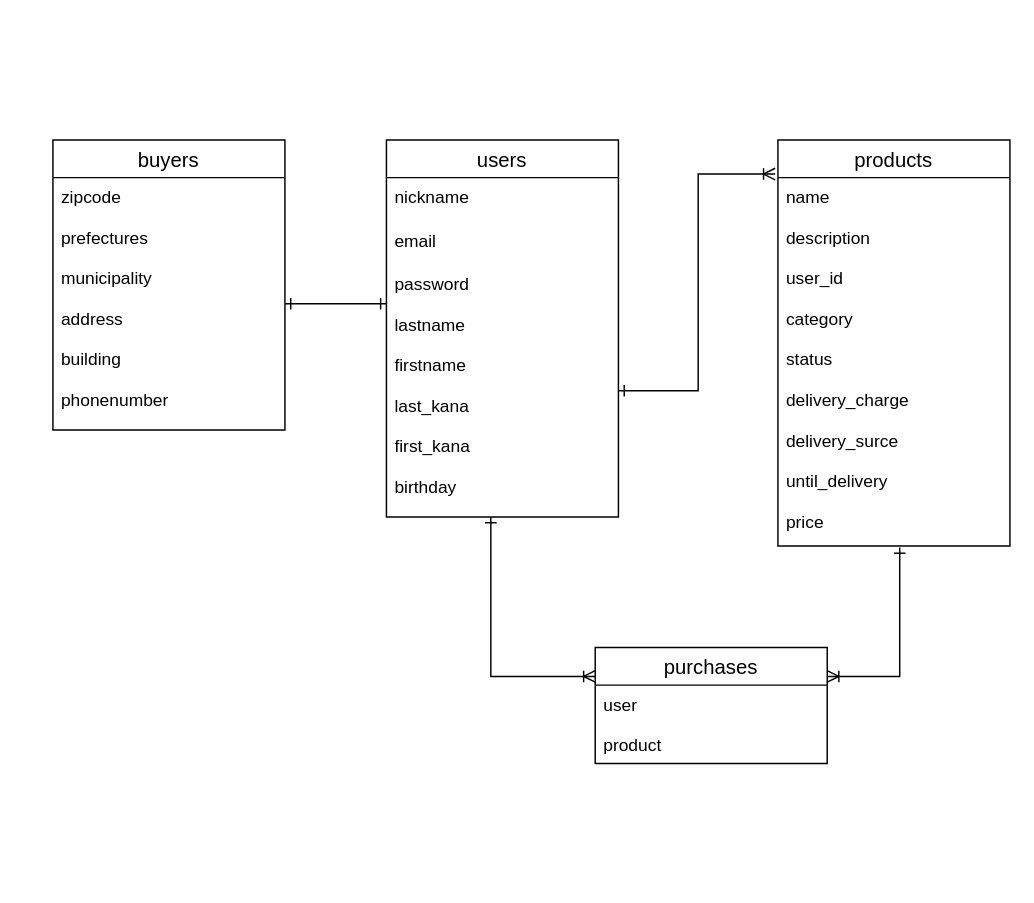
Earlier version of the draw.io diagram ER.dio (spirit-8/furima-35222). Source tidied: cells renumbered, new cells numbered last; positions are measured from the earlier drawing's top-left corner, leaving out a move shared by most shapes. Both pictures are drawn from the tidied source at 145%, with x=0, y=0 at pixel (52, 139).
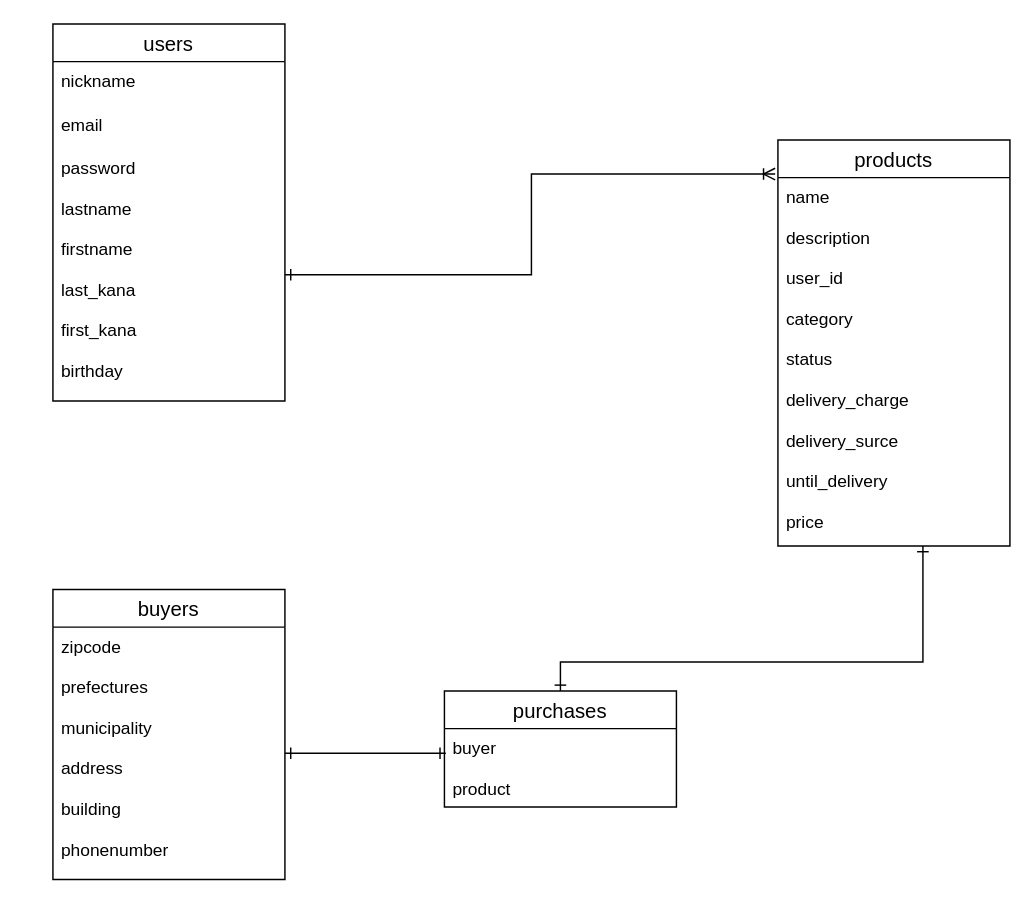
The same page after the edit.

Commit message (it also covers changes not shown here):
DB設計の修正2

Change to the diagram source:
```diff
@@
 <mxGraphModel>
   <root>
     <mxCell id="0" />
     <mxCell id="1" parent="0" />
     <mxCell id="2" value="users" style="swimlane;fontStyle=0;horizontal=1;startSize=26;align=center;fontSize=14;" parent="1" vertex="1">
-      <mxGeometry x="230" width="160" height="260" as="geometry" />
+      <mxGeometry y="-80" width="160" height="260" as="geometry" />
     </mxCell>
     <mxCell id="3" value="nickname" style="text;strokeColor=none;fillColor=none;spacingLeft=4;spacingRight=4;overflow=hidden;fontSize=12;" parent="2" vertex="1">
       <mxGeometry y="26" width="160" height="30" as="geometry" />
     </mxCell>
     <mxCell id="4" value="email" style="text;strokeColor=none;fillColor=none;spacingLeft=4;spacingRight=4;overflow=hidden;points=[[0,0.5],[1,0.5]];portConstraint=eastwest;fontSize=12;" parent="2" vertex="1">
       <mxGeometry y="56" width="160" height="30" as="geometry" />
     </mxCell>
     <mxCell id="5" value="password&#10;&#10;lastname&#10;&#10;firstname&#10;&#10;last_kana&#10;&#10;first_kana&#10;&#10;birthday&#10;" style="text;strokeColor=none;fillColor=none;spacingLeft=4;spacingRight=4;overflow=hidden;points=[[0,0.5],[1,0.5]];portConstraint=eastwest;fontSize=12;" parent="2" vertex="1">
       <mxGeometry y="86" width="160" height="174" as="geometry" />
     </mxCell>
+    <mxCell id="10" style="edgeStyle=orthogonalEdgeStyle;rounded=0;jettySize=auto;html=1;exitX=1;exitY=0.5;exitDx=0;exitDy=0;strokeColor=none;startArrow=ERone;startFill=0;endArrow=ERoneToMany;endFill=0;" parent="2" edge="1" source="5" target="4">
+      <mxGeometry relative="1" as="geometry" />
+    </mxCell>
     <mxCell id="6" value="products" style="swimlane;fontStyle=0;horizontal=1;startSize=26;align=center;fontSize=14;" parent="1" vertex="1">
       <mxGeometry x="500" width="160" height="280" as="geometry" />
     </mxCell>
     <mxCell id="7" value="name&#10;&#10;description&#10;&#10;user_id&#10;&#10;category&#10;&#10;status&#10;&#10;delivery_charge&#10;&#10;delivery_surce&#10;&#10;until_delivery&#10;&#10;price" style="text;strokeColor=none;fillColor=none;spacingLeft=4;spacingRight=4;overflow=hidden;points=[[0,0.5],[1,0.5]];portConstraint=eastwest;fontSize=12;" parent="6" vertex="1">
       <mxGeometry y="26" width="160" height="254" as="geometry" />
     </mxCell>
     <mxCell id="8" value="buyers" style="swimlane;fontStyle=0;horizontal=1;startSize=26;align=center;fontSize=14;" parent="1" vertex="1">
-      <mxGeometry width="160" height="200" as="geometry" />
+      <mxGeometry y="310" width="160" height="200" as="geometry" />
     </mxCell>
     <mxCell id="9" value="zipcode&#10;&#10;prefectures&#10;&#10;municipality&#10;&#10;address&#10;&#10;building&#10;&#10;phonenumber" style="text;strokeColor=none;fillColor=none;spacingLeft=4;spacingRight=4;overflow=hidden;points=[[0,0.5],[1,0.5]];portConstraint=eastwest;fontSize=12;" parent="8" vertex="1">
       <mxGeometry y="26" width="160" height="174" as="geometry" />
     </mxCell>
-    <mxCell id="10" style="edgeStyle=orthogonalEdgeStyle;rounded=0;jettySize=auto;html=1;exitX=1;exitY=0.5;exitDx=0;exitDy=0;strokeColor=none;startArrow=ERone;startFill=0;endArrow=ERoneToMany;endFill=0;" parent="1" edge="1" source="5">
-      <mxGeometry relative="1" as="geometry">
-        <mxPoint x="230" y="101" as="targetPoint" />
-      </mxGeometry>
-    </mxCell>
     <mxCell id="11" style="edgeStyle=orthogonalEdgeStyle;rounded=0;jettySize=auto;html=1;exitX=1;exitY=0.5;exitDx=0;exitDy=0;entryX=-0.012;entryY=0.084;entryDx=0;entryDy=0;entryPerimeter=0;startArrow=ERone;startFill=0;endArrow=ERoneToMany;endFill=0;" parent="1" edge="1" source="5" target="6">
       <mxGeometry relative="1" as="geometry" />
     </mxCell>
-    <mxCell id="12" style="edgeStyle=orthogonalEdgeStyle;rounded=0;jettySize=auto;html=1;exitX=1;exitY=0.5;exitDx=0;exitDy=0;startArrow=ERone;startFill=0;endArrow=ERone;endFill=0;" parent="1" edge="1" source="9">
-      <mxGeometry relative="1" as="geometry">
-        <mxPoint x="230" y="113" as="targetPoint" />
-      </mxGeometry>
-    </mxCell>
-    <mxCell id="13" style="edgeStyle=orthogonalEdgeStyle;rounded=0;jettySize=auto;html=1;exitX=1;exitY=0.25;exitDx=0;exitDy=0;entryX=0.525;entryY=1.004;entryDx=0;entryDy=0;entryPerimeter=0;startArrow=ERoneToMany;startFill=0;endArrow=ERone;endFill=0;" parent="1" edge="1" source="15" target="7">
-      <mxGeometry relative="1" as="geometry" />
+    <mxCell id="13" style="edgeStyle=orthogonalEdgeStyle;rounded=0;jettySize=auto;html=1;exitX=0.5;exitY=0;exitDx=0;exitDy=0;startArrow=ERone;startFill=0;endArrow=ERone;endFill=0;" parent="1" edge="1" source="15" target="7">
+      <mxGeometry relative="1" as="geometry">
+        <Array as="points">
+          <mxPoint x="350" y="360" />
+          <mxPoint x="600" y="360" />
+        </Array>
+      </mxGeometry>
     </mxCell>
-    <mxCell id="14" style="edgeStyle=orthogonalEdgeStyle;rounded=0;jettySize=auto;html=1;exitX=0;exitY=0.25;exitDx=0;exitDy=0;entryX=0.45;entryY=1;entryDx=0;entryDy=0;entryPerimeter=0;startArrow=ERoneToMany;startFill=0;endArrow=ERone;endFill=0;" parent="1" edge="1" source="15" target="5">
-      <mxGeometry relative="1" as="geometry" />
-    </mxCell>
     <mxCell id="15" value="purchases" style="swimlane;fontStyle=0;horizontal=1;startSize=26;align=center;fontSize=14;" parent="1" vertex="1">
-      <mxGeometry x="374" y="350" width="160" height="80" as="geometry" />
+      <mxGeometry x="270" y="380" width="160" height="80" as="geometry" />
     </mxCell>
-    <mxCell id="16" value="user&#10;&#10;product" style="text;strokeColor=none;fillColor=none;spacingLeft=4;spacingRight=4;overflow=hidden;points=[[0,0.5],[1,0.5]];portConstraint=eastwest;fontSize=12;" parent="15" vertex="1">
+    <mxCell id="16" value="buyer&#10;&#10;product" style="text;strokeColor=none;fillColor=none;spacingLeft=4;spacingRight=4;overflow=hidden;points=[[0,0.5],[1,0.5]];portConstraint=eastwest;fontSize=12;" parent="15" vertex="1">
       <mxGeometry y="26" width="160" height="54" as="geometry" />
     </mxCell>
+    <mxCell id="17" style="edgeStyle=orthogonalEdgeStyle;rounded=0;jettySize=auto;html=1;exitX=1;exitY=0.5;exitDx=0;exitDy=0;entryX=0.006;entryY=0.315;entryDx=0;entryDy=0;entryPerimeter=0;startArrow=ERone;startFill=0;endArrow=ERone;endFill=0;" parent="1" edge="1" source="9" target="16">
+      <mxGeometry relative="1" as="geometry" />
+    </mxCell>
   </root>
 </mxGraphModel>
```
